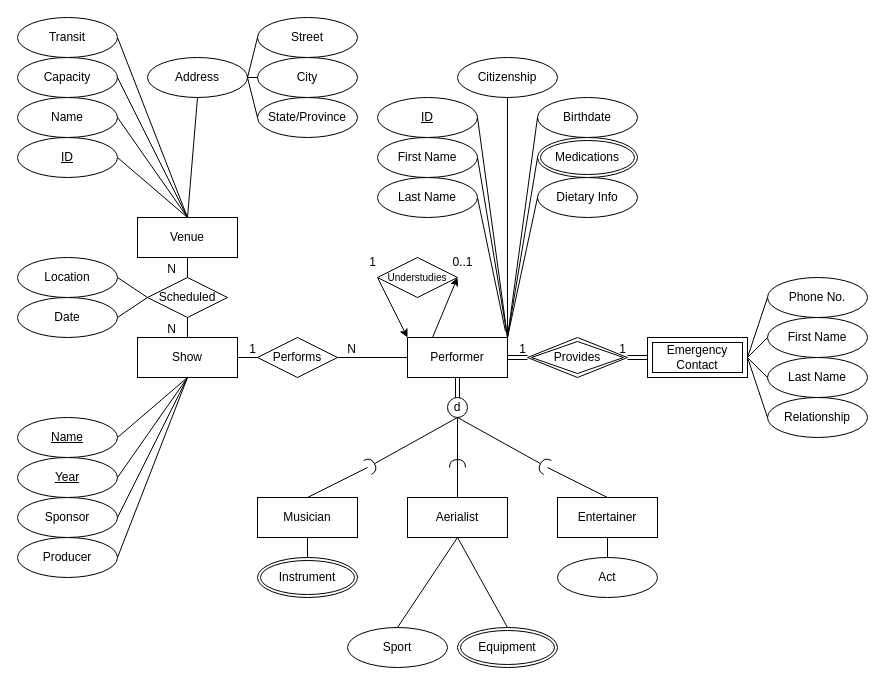
Above: ER_Diagram.drawio in CA-Proc/ENSF608-Project (draw.io), before the change. Source tidied: cells renumbered, new cells numbered last; positions are measured from the earlier drawing's top-left corner, leaving out a move shared by most shapes. Both pictures are drawn from the tidied source at 100%, with x=0, y=0 at pixel (17, 17).
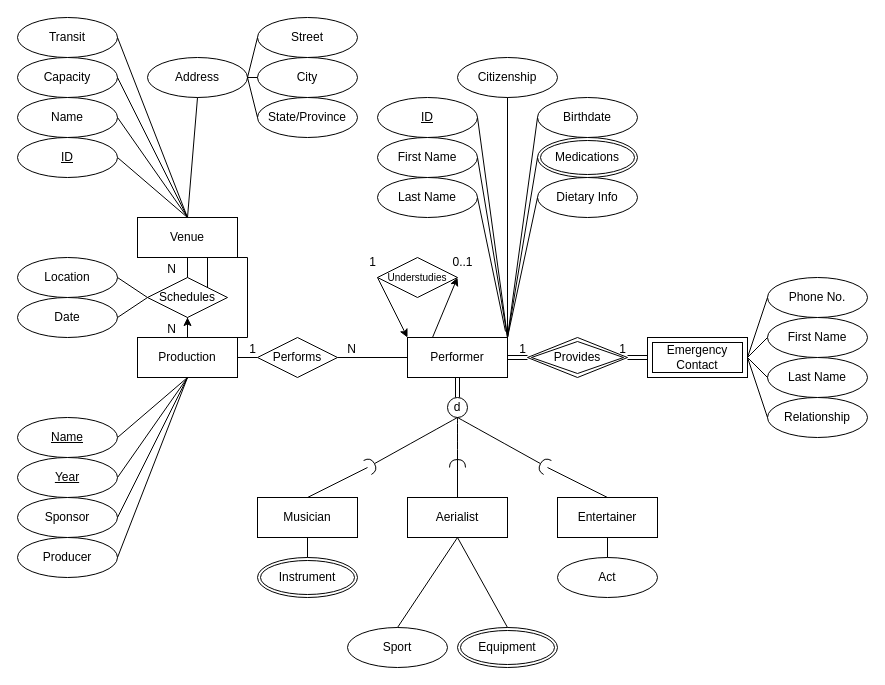
The same page after the edit.

Commit message (it also covers changes not shown here):
Updated diagrams for new table and attribute names

The edit, as a diff of the source:
```diff
@@
-    <mxCell id="3" value="Show" style="whiteSpace=wrap;html=1;align=center;" parent="1" vertex="1">
+    <mxCell id="3" value="Production" style="whiteSpace=wrap;html=1;align=center;" parent="1" vertex="1">
       <mxGeometry x="120" y="320" width="100" height="40" as="geometry" />
     </mxCell>
@@
-    <mxCell id="11" value="Scheduled" style="shape=rhombus;perimeter=rhombusPerimeter;whiteSpace=wrap;html=1;align=center;" parent="1" vertex="1">
+    <mxCell id="11" value="Schedules" style="shape=rhombus;perimeter=rhombusPerimeter;whiteSpace=wrap;html=1;align=center;" parent="1" vertex="1">
       <mxGeometry x="130" y="260" width="80" height="40" as="geometry" />
     </mxCell>
@@
+    <mxCell id="98" style="edgeStyle=orthogonalEdgeStyle;rounded=0;orthogonalLoop=1;jettySize=auto;html=1;exitX=1;exitY=0;exitDx=0;exitDy=0;" parent="1" edge="1" source="11" target="11">
+      <mxGeometry relative="1" as="geometry" />
+    </mxCell>
```
